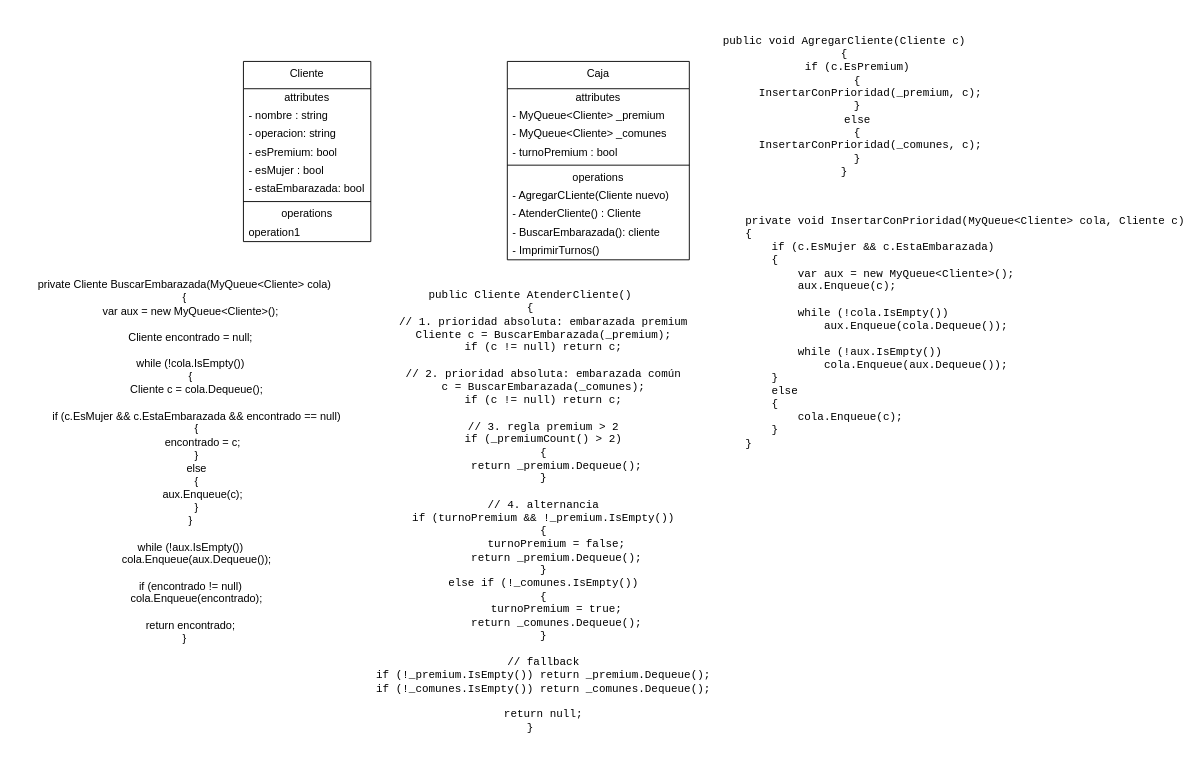
EdgarSteinberg/UTN-Programacion-II keeps this draw.io diagram as Unidad_2_Programacion/Colas/Banco/diagrama/banco.dio. Above is the earlier version. Source tidied: cells renumbered, new cells numbered last; positions are measured from the earlier drawing's top-left corner, leaving out a move shared by most shapes. Both pictures are drawn from the tidied source at 91%, with x=0, y=0 at pixel (15, 15).
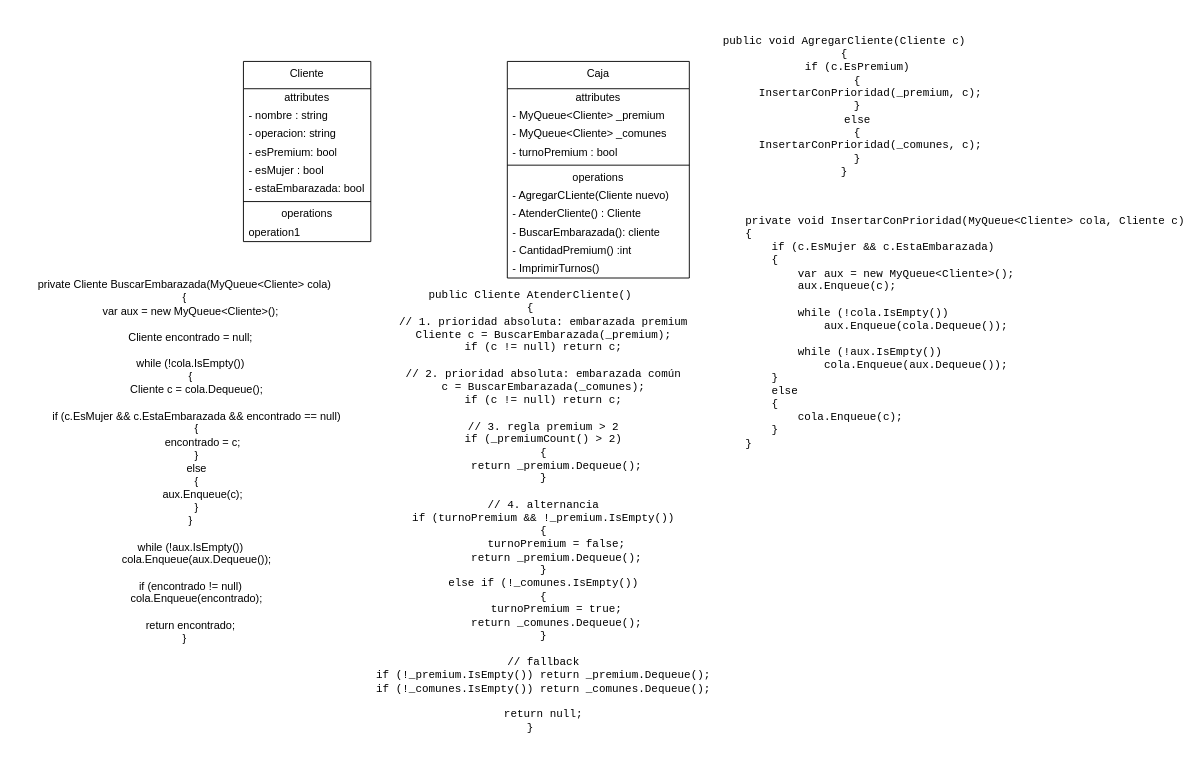
The same page after the edit.

Commit message:
actualizando diagrama de clases Banco

Diff of the diagram source:
```diff
@@
     <mxCell id="12" value="Caja" style="swimlane;fontStyle=0;align=center;verticalAlign=top;horizontal=1;startSize=30;html=1;whiteSpace=wrap;" parent="1" vertex="1">
-      <mxGeometry x="540" y="50" width="200" height="218" as="geometry" />
+      <mxGeometry x="540" y="50" width="200" height="238" as="geometry" />
     </mxCell>
@@
+    <mxCell id="27" value="- CantidadPremium() :int" style="text;html=1;strokeColor=none;fillColor=none;align=left;verticalAlign=middle;spacingLeft=4;spacingRight=4;overflow=hidden;whiteSpace=wrap;" parent="12" vertex="1">
+      <mxGeometry y="198" width="200" height="20" as="geometry" />
+    </mxCell>
     <mxCell id="22" value="- ImprimirTurnos()" style="text;html=1;strokeColor=none;fillColor=none;align=left;verticalAlign=middle;spacingLeft=4;spacingRight=4;overflow=hidden;whiteSpace=wrap;" parent="12" vertex="1">
-      <mxGeometry y="198" width="200" height="20" as="geometry" />
+      <mxGeometry y="218" width="200" height="20" as="geometry" />
     </mxCell>
```
